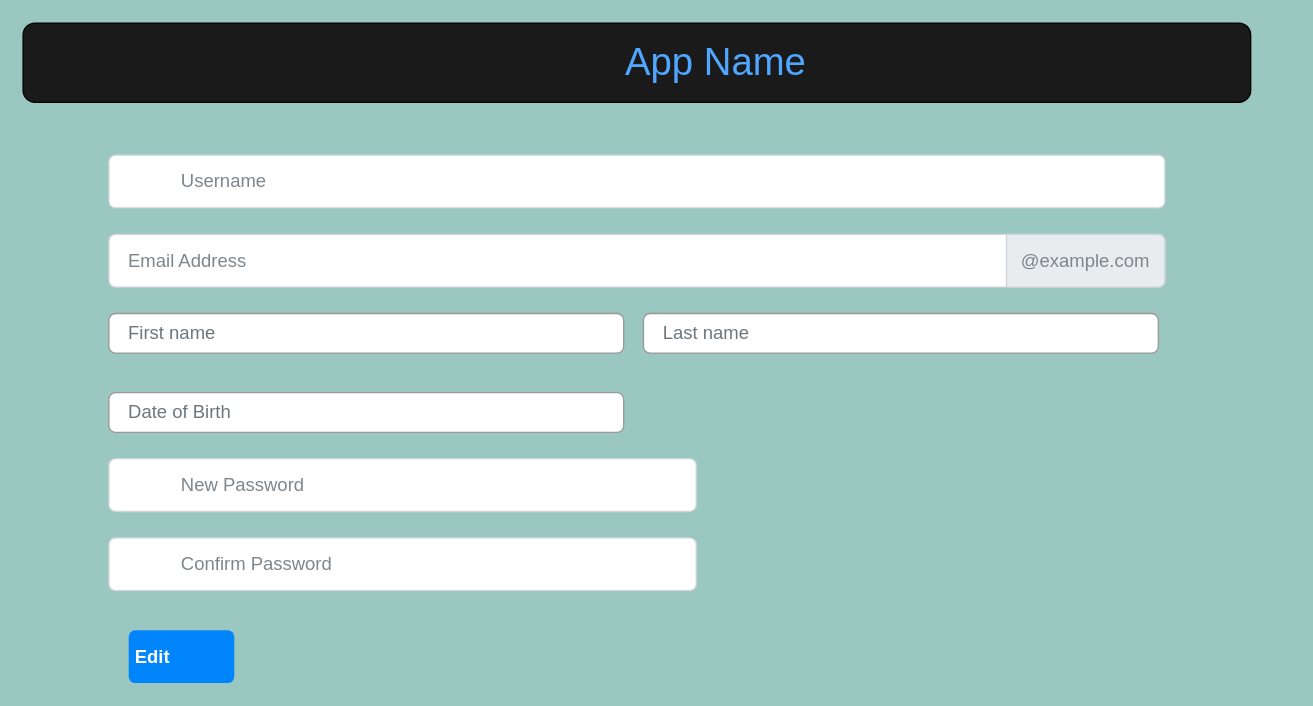
This is page "Account" (3 of 9) of Untitled Diagram.drawio from ashmiller002/codercizers, a draw.io file, before an edit. Source tidied: cells renumbered, new cells numbered last; positions are measured from the earlier drawing's top-left corner, leaving out a move shared by most shapes. Both pictures are drawn from the tidied source at 132%, with x=0, y=0 at pixel (22, 22).
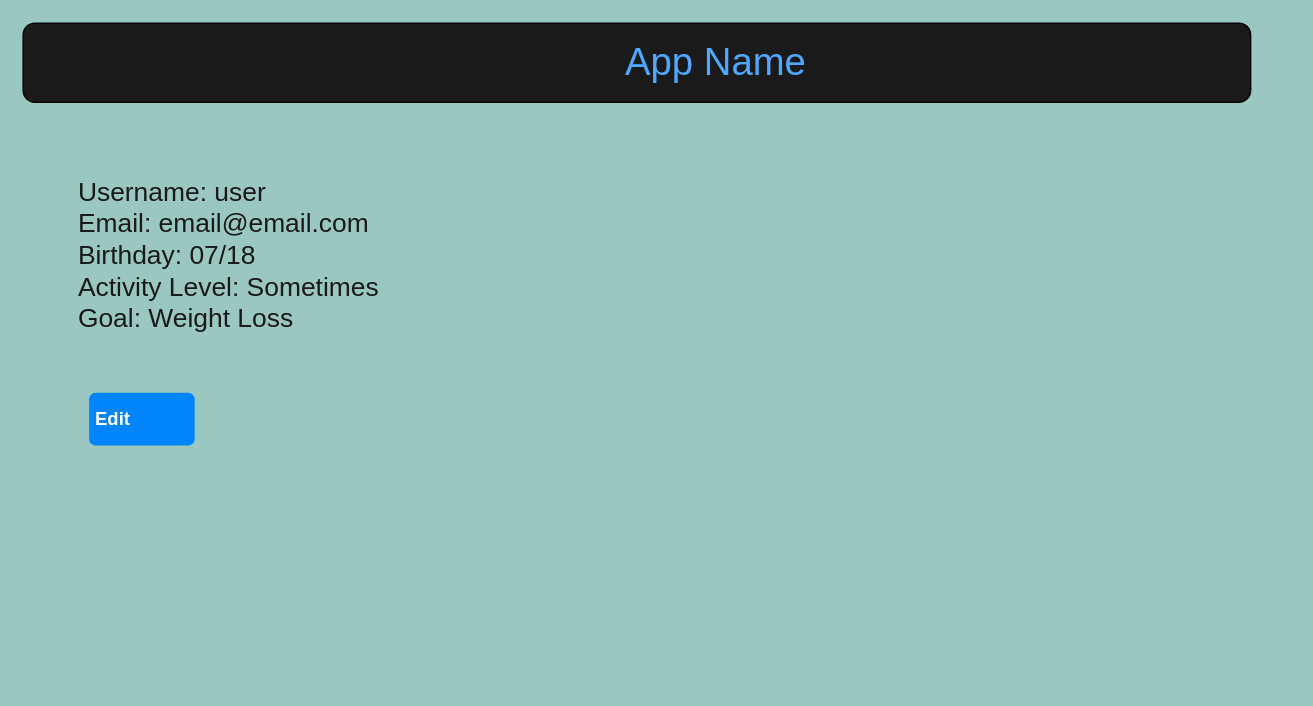
Above is the later version.

Diff of the diagram source:
```diff
@@
 <mxGraphModel background="#9AC7BF">
   <root>
     <mxCell id="0" />
     <mxCell id="1" parent="0" />
     <mxCell id="2" style="rounded=1;whiteSpace=wrap;html=1;fillColor=#1A1A1A;" parent="1" vertex="1">
       <mxGeometry width="930" height="60" as="geometry" />
     </mxCell>
     <mxCell id="3" style="group;" parent="1" vertex="1">
       <mxGeometry x="30" width="930" height="60" as="geometry" />
     </mxCell>
     <mxCell id="4" value="App Name" style="text;html=1;strokeColor=none;fillColor=none;align=center;verticalAlign=middle;whiteSpace=wrap;rounded=0;fontSize=29;fontColor=#4FA7FF;" parent="3" vertex="1">
       <mxGeometry x="360" y="20" width="270" height="20" as="geometry" />
     </mxCell>
-    <mxCell id="5" value="Username" style="html=1;shadow=0;dashed=0;shape=mxgraph.bootstrap.rrect;rSize=5;strokeColor=#CED4DA;html=1;whiteSpace=wrap;fillColor=#FFFFFF;fontColor=#7D868C;align=left;spacing=15;spacingLeft=40;fontSize=14;" parent="1" vertex="1">
-      <mxGeometry x="65" y="100" width="800" height="40" as="geometry" />
-    </mxCell>
-    <mxCell id="6" value="Email Address" style="html=1;shadow=0;dashed=0;shape=mxgraph.bootstrap.rrect;rSize=5;strokeColor=#CED4DA;html=1;whiteSpace=wrap;fillColor=#FFFFFF;fontColor=#7D868C;align=left;spacingLeft=0;spacing=15;fontSize=14;" parent="1" vertex="1">
-      <mxGeometry x="65" y="160" width="800" height="40" as="geometry" />
-    </mxCell>
-    <mxCell id="7" value="@example.com" style="html=1;shadow=0;dashed=0;shape=mxgraph.bootstrap.rightButton;strokeColor=inherit;gradientColor=inherit;fontColor=inherit;fillColor=#E9ECEF;rSize=5;perimeter=none;whiteSpace=wrap;fontSize=14;" parent="6" vertex="1">
-      <mxGeometry x="1" width="120" height="40" relative="1" as="geometry">
-        <mxPoint x="-120" as="offset" />
-      </mxGeometry>
-    </mxCell>
-    <mxCell id="8" value="First name" style="html=1;shadow=0;dashed=0;shape=mxgraph.bootstrap.rrect;rSize=5;strokeColor=#999999;align=left;spacing=15;fontSize=14;fontColor=#6C767D;" parent="1" vertex="1">
-      <mxGeometry x="65" y="220" width="390" height="30" as="geometry" />
-    </mxCell>
-    <mxCell id="9" value="Last name" style="html=1;shadow=0;dashed=0;shape=mxgraph.bootstrap.rrect;rSize=5;strokeColor=#999999;align=left;spacing=15;fontSize=14;fontColor=#6C767D;" parent="1" vertex="1">
-      <mxGeometry x="470" y="220" width="390" height="30" as="geometry" />
-    </mxCell>
-    <mxCell id="10" value="Date of Birth" style="html=1;shadow=0;dashed=0;shape=mxgraph.bootstrap.rrect;rSize=5;strokeColor=#999999;align=left;spacing=15;fontSize=14;fontColor=#6C767D;" parent="1" vertex="1">
-      <mxGeometry x="65" y="280" width="390" height="30" as="geometry" />
-    </mxCell>
-    <mxCell id="11" value="New Password" style="html=1;shadow=0;dashed=0;shape=mxgraph.bootstrap.rrect;rSize=5;strokeColor=#CED4DA;html=1;whiteSpace=wrap;fillColor=#FFFFFF;fontColor=#7D868C;align=left;spacing=15;spacingLeft=40;fontSize=14;" parent="1" vertex="1">
-      <mxGeometry x="65" y="330" width="445" height="40" as="geometry" />
-    </mxCell>
-    <mxCell id="12" value="Confirm Password" style="html=1;shadow=0;dashed=0;shape=mxgraph.bootstrap.rrect;rSize=5;strokeColor=#CED4DA;html=1;whiteSpace=wrap;fillColor=#FFFFFF;fontColor=#7D868C;align=left;spacing=15;spacingLeft=40;fontSize=14;" parent="1" vertex="1">
-      <mxGeometry x="65" y="390" width="445" height="40" as="geometry" />
-    </mxCell>
     <mxCell id="13" value="Edit" style="html=1;shadow=0;dashed=0;shape=mxgraph.bootstrap.rrect;rSize=5;strokeColor=none;strokeWidth=1;fillColor=#0085FC;fontColor=#FFFFFF;whiteSpace=wrap;align=left;verticalAlign=middle;spacingLeft=0;fontStyle=1;fontSize=14;spacing=5;" parent="1" vertex="1">
-      <mxGeometry x="80" y="460" width="80" height="40" as="geometry" />
+      <mxGeometry x="50" y="280" width="80" height="40" as="geometry" />
     </mxCell>
+    <mxCell id="14" value="Username: user&lt;br&gt;Email: email@email.com&lt;br&gt;Birthday: 07/18&lt;br&gt;Activity Level: Sometimes&lt;br&gt;Goal: Weight Loss&lt;br&gt;" style="text;html=1;strokeColor=none;fillColor=none;align=left;verticalAlign=middle;whiteSpace=wrap;rounded=0;fontSize=20;fontColor=#1A1A1A;" parent="1" vertex="1">
+      <mxGeometry x="40" y="70" width="279" height="210" as="geometry" />
+    </mxCell>
   </root>
 </mxGraphModel>
```
